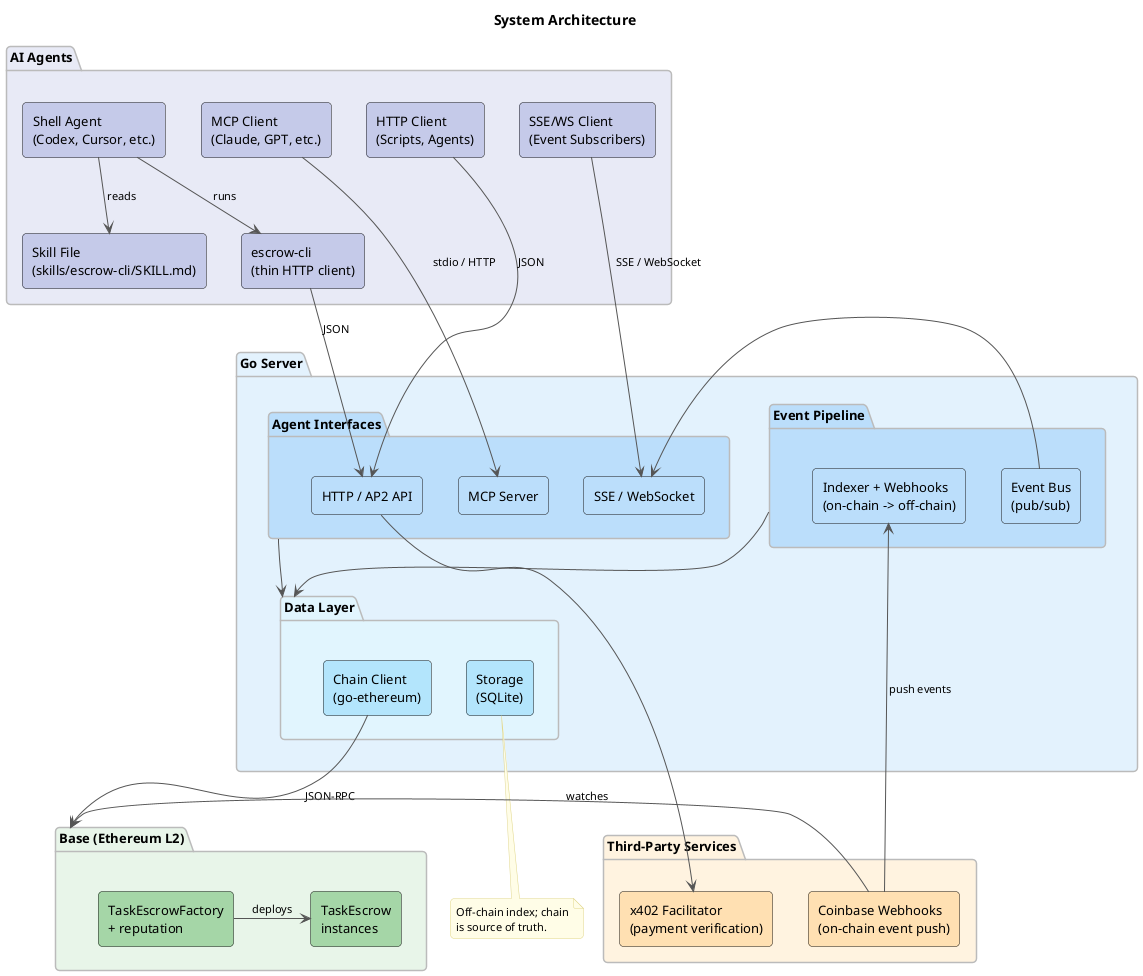
eddiefleurent/agent-escrow keeps this PlantUML diagram as docs/diagrams/architecture.png. Above is the earlier version.
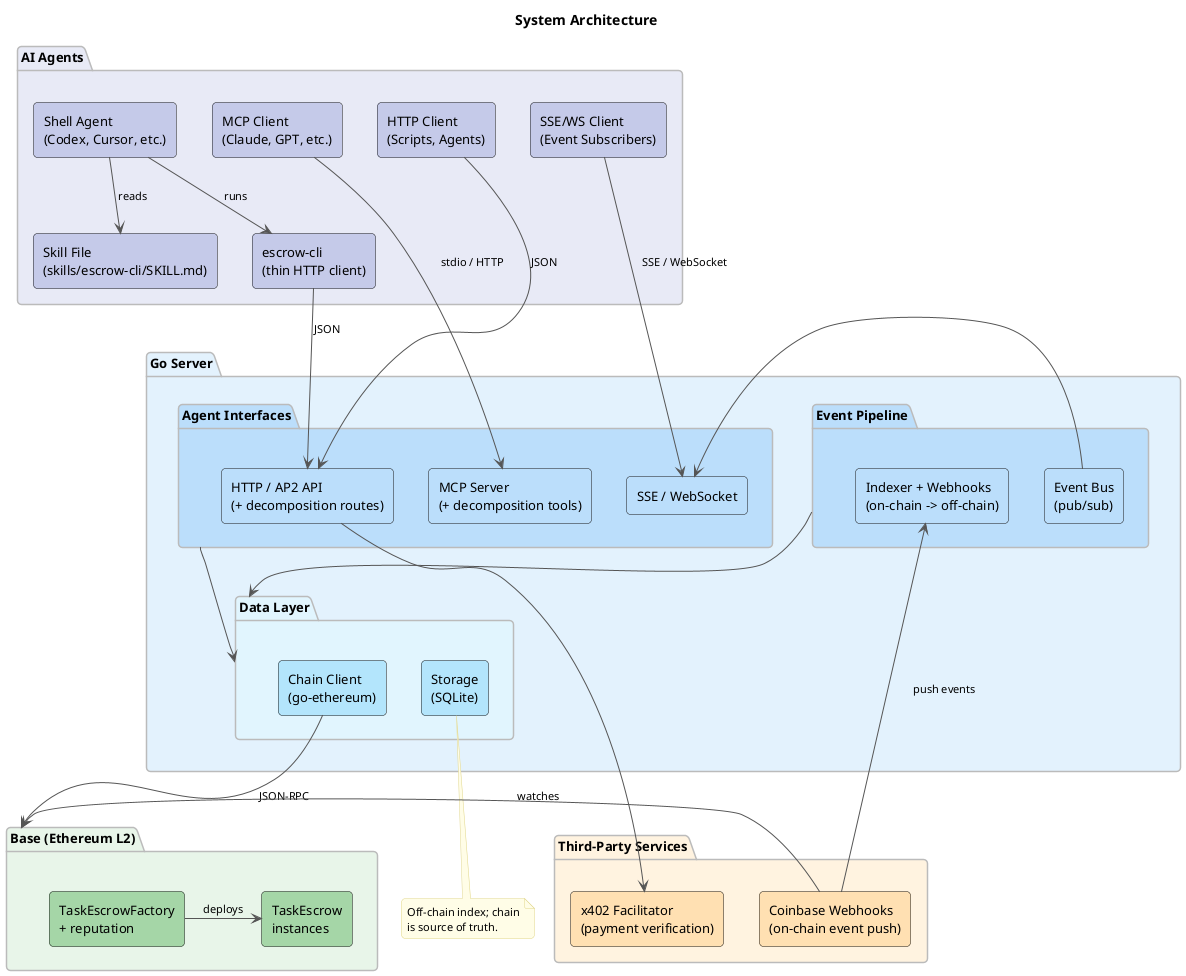
Above is the later version.

Change to the diagram source:
```diff
@@ -32,8 +32,8 @@
 
 package "Go Server" as server #E3F2FD {
   package "Agent Interfaces" as ifaces #BBDEFB {
-    [MCP Server] as mcp_server #BBDEFB
-    [HTTP / AP2 API] as http_api #BBDEFB
+    [MCP Server\n(+ decomposition tools)] as mcp_server #BBDEFB
+    [HTTP / AP2 API\n(+ decomposition routes)] as http_api #BBDEFB
     [SSE / WebSocket] as stream_handler #BBDEFB
   }
 
```
